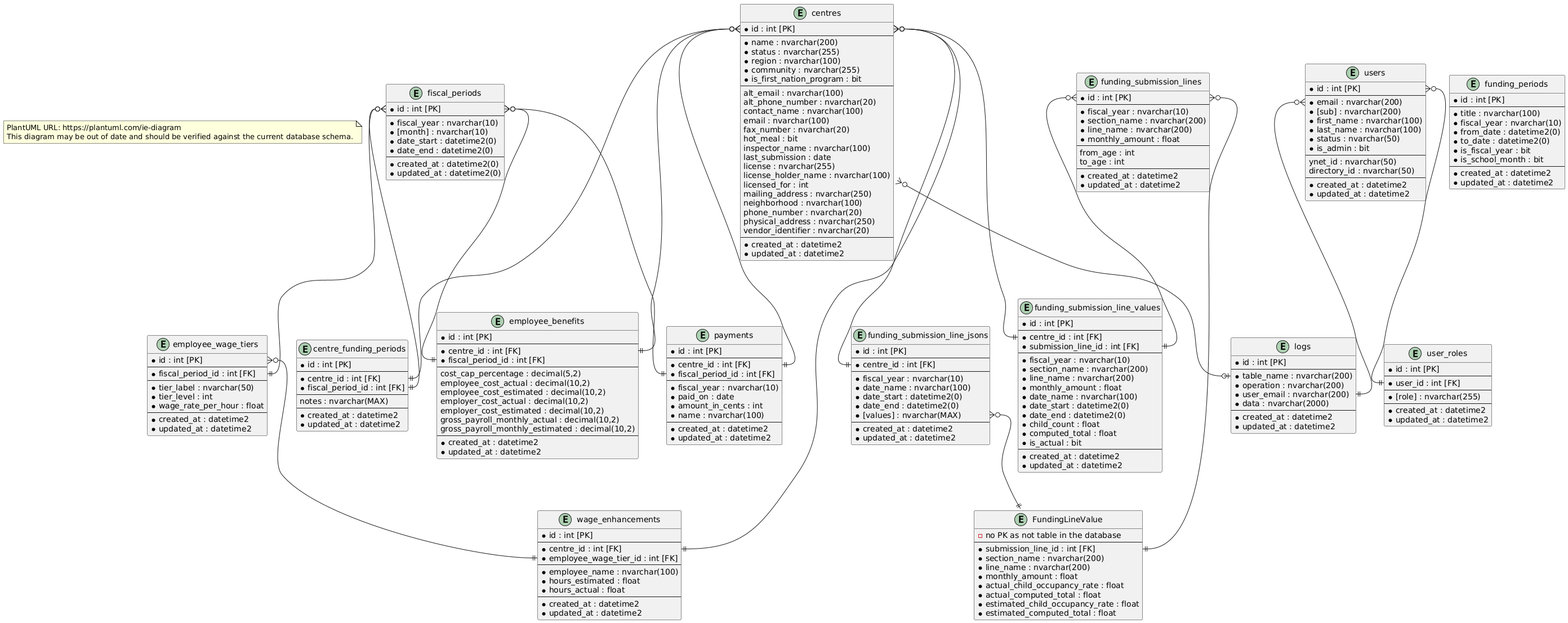
The PlantUML diagram _Design/Entity Relationship Diagrams.png in ytgov/elcc-data-management, before a commit.
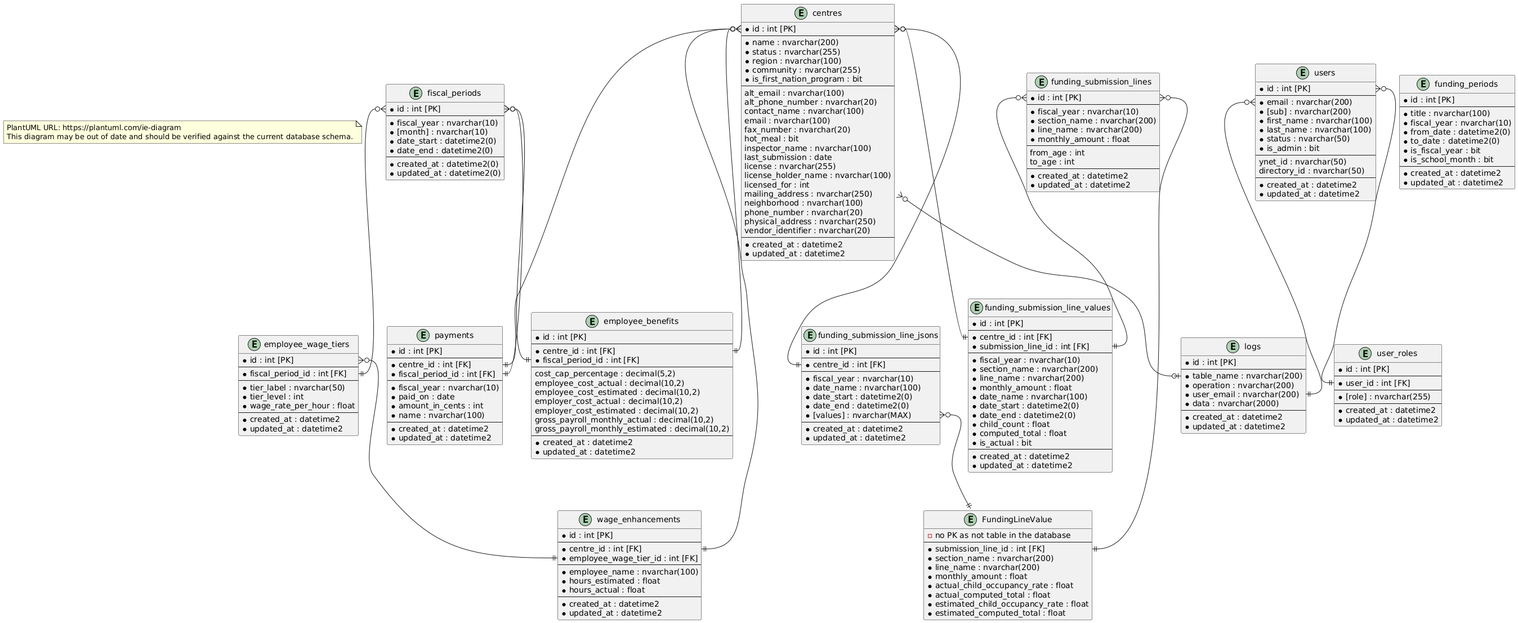
The same file after the commit.

Commit message:
:tophat: Update Entity Relationship Diagrams.

Remove centre_funding_periods table from the diagram not that it's been deleted.

What changed in the source:
```diff
@@ -5,18 +5,6 @@
 PlantUML URL: https://plantuml.com/ie-diagram
 This diagram may be out of date and should be verified against the current database schema.
 end note
-
-entity "centre_funding_periods" {
-  * id : int [PK]
-  --
-  * centre_id : int [FK]
-  * fiscal_period_id : int [FK]
-  --
-  notes : nvarchar(MAX)
-  --
-  * created_at : datetime2
-  * updated_at : datetime2
-}
 
 entity "centres" {
   * id : int [PK]
@@ -238,7 +226,6 @@
   * updated_at : datetime2
 }
 
-centres::id }o--|| centre_funding_periods::centre_id
 centres::id }o--|| employee_benefits::centre_id
 centres::id }o--|| funding_submission_line_jsons::centre_id
 centres::id }o--|| funding_submission_line_values::centre_id
@@ -246,7 +233,6 @@
 centres::id }o--|| wage_enhancements::centre_id
 centres }o--o| logs::table_name
 employee_wage_tiers::id }o--|| wage_enhancements::employee_wage_tier_id
-fiscal_periods::id }o--|| centre_funding_periods::fiscal_period_id
 fiscal_periods::id }o--|| employee_benefits::fiscal_period_id
 fiscal_periods::id }o--|| employee_wage_tiers::fiscal_period_id
 fiscal_periods::id }o--|| payments::fiscal_period_id
```
